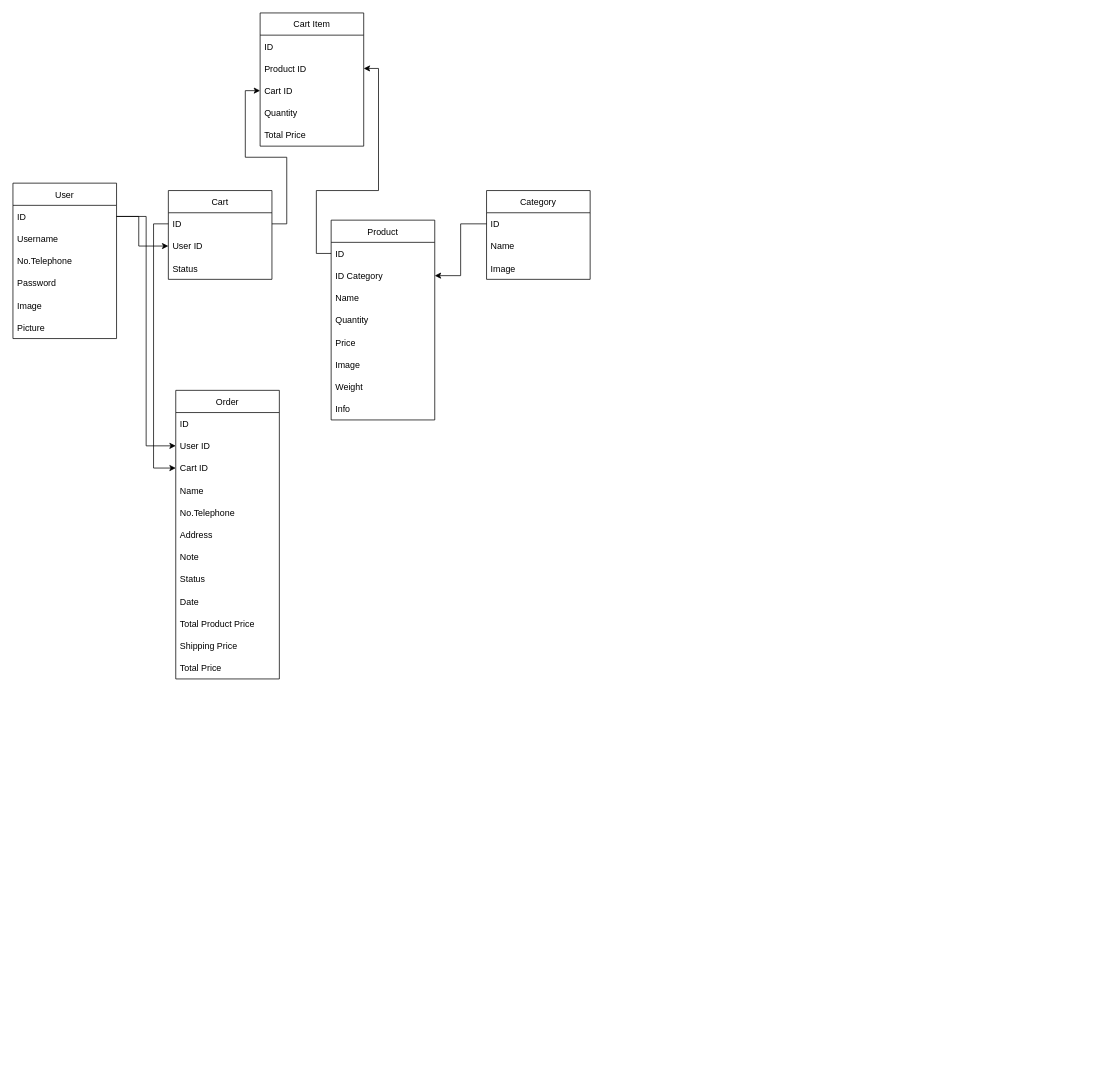
Earlier version of the draw.io diagram erd.drawio (dapurfresh-group2/backend). Source tidied: cells renumbered, new cells numbered last; positions are measured from the earlier drawing's top-left corner, leaving out a move shared by most shapes. Both pictures are drawn from the tidied source at 74%, with x=0, y=0 at pixel (13, 13).
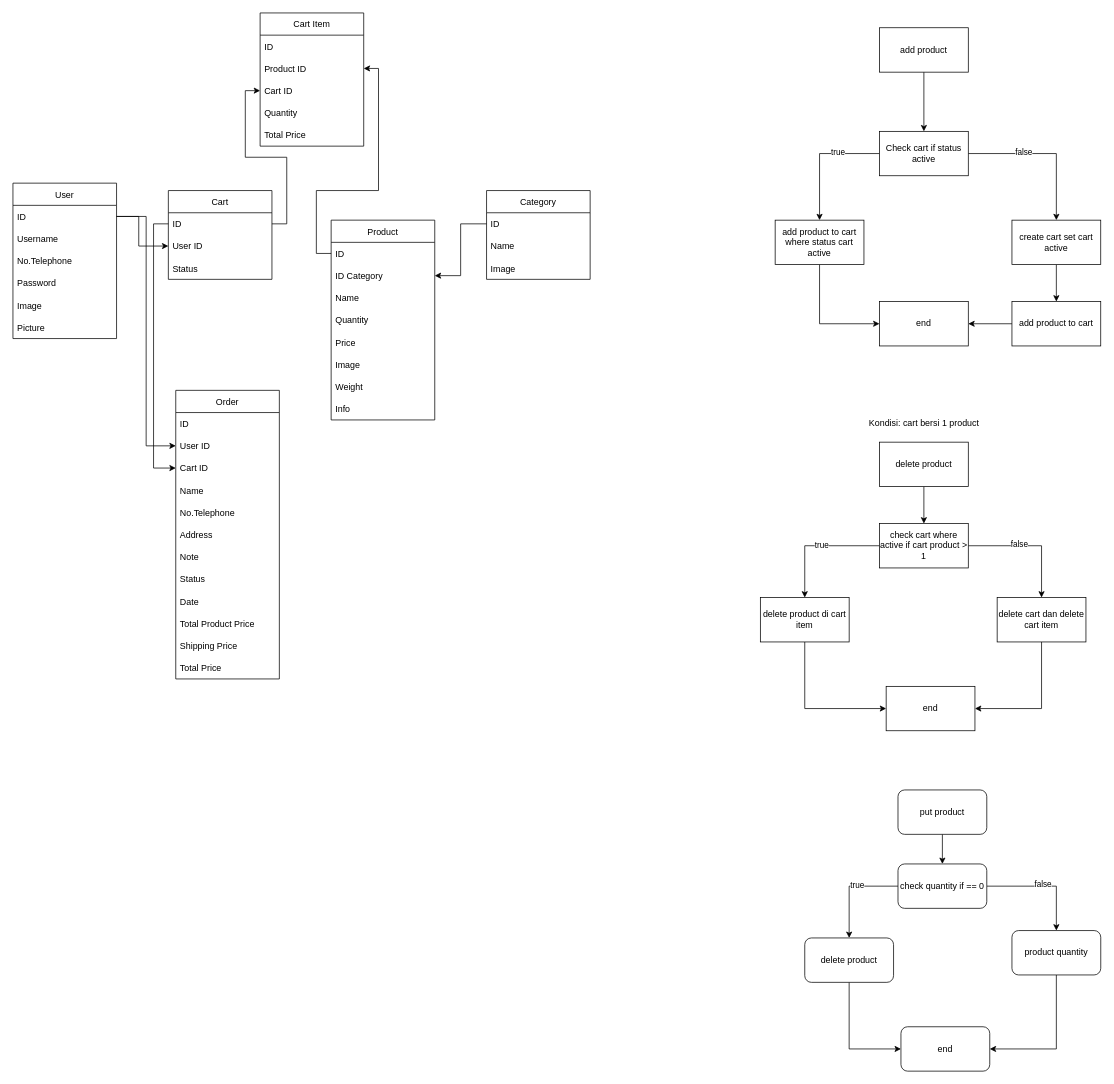
After the change.

The edit, as a diff of the source:
```diff
@@
+    <mxCell id="52" style="edgeStyle=orthogonalEdgeStyle;rounded=0;jettySize=auto;html=1;exitX=0.5;exitY=1;exitDx=0;exitDy=0;entryX=0.5;entryY=0;entryDx=0;entryDy=0;" parent="1" edge="1" source="53" target="58">
+      <mxGeometry relative="1" as="geometry" />
+    </mxCell>
+    <mxCell id="53" value="add product" style="rounded=0;whiteSpace=wrap;html=1;" parent="1" vertex="1">
+      <mxGeometry x="1171" y="20" width="120" height="60" as="geometry" />
+    </mxCell>
+    <mxCell id="54" style="edgeStyle=orthogonalEdgeStyle;rounded=0;jettySize=auto;html=1;exitX=0;exitY=0.5;exitDx=0;exitDy=0;entryX=0.5;entryY=0;entryDx=0;entryDy=0;" parent="1" edge="1" source="58" target="60">
+      <mxGeometry relative="1" as="geometry" />
+    </mxCell>
+    <mxCell id="55" value="true" style="edgeLabel;html=1;align=center;verticalAlign=middle;" parent="54" vertex="1">
+      <mxGeometry x="-0.33" y="-3" relative="1" as="geometry" />
+    </mxCell>
+    <mxCell id="56" style="edgeStyle=orthogonalEdgeStyle;rounded=0;jettySize=auto;html=1;exitX=1;exitY=0.5;exitDx=0;exitDy=0;entryX=0.5;entryY=0;entryDx=0;entryDy=0;" parent="1" edge="1" source="58" target="62">
+      <mxGeometry relative="1" as="geometry" />
+    </mxCell>
+    <mxCell id="57" value="false" style="edgeLabel;html=1;align=center;verticalAlign=middle;" parent="56" vertex="1">
+      <mxGeometry x="-0.3" y="3" relative="1" as="geometry">
+        <mxPoint x="1" as="offset" />
+      </mxGeometry>
+    </mxCell>
+    <mxCell id="58" value="Check cart if status active" style="rounded=0;whiteSpace=wrap;html=1;" parent="1" vertex="1">
+      <mxGeometry x="1171" y="160" width="120" height="60" as="geometry" />
+    </mxCell>
+    <mxCell id="59" style="edgeStyle=orthogonalEdgeStyle;rounded=0;jettySize=auto;html=1;exitX=0.5;exitY=1;exitDx=0;exitDy=0;entryX=0;entryY=0.5;entryDx=0;entryDy=0;" parent="1" edge="1" source="60" target="65">
+      <mxGeometry relative="1" as="geometry" />
+    </mxCell>
+    <mxCell id="60" value="add product to cart where status cart active" style="rounded=0;whiteSpace=wrap;html=1;" parent="1" vertex="1">
+      <mxGeometry x="1030" y="280" width="120" height="60" as="geometry" />
+    </mxCell>
+    <mxCell id="61" style="edgeStyle=orthogonalEdgeStyle;rounded=0;jettySize=auto;html=1;exitX=0.5;exitY=1;exitDx=0;exitDy=0;entryX=0.5;entryY=0;entryDx=0;entryDy=0;" parent="1" edge="1" source="62" target="64">
+      <mxGeometry relative="1" as="geometry" />
+    </mxCell>
+    <mxCell id="62" value="create cart set cart active" style="rounded=0;whiteSpace=wrap;html=1;" parent="1" vertex="1">
+      <mxGeometry x="1350" y="280" width="120" height="60" as="geometry" />
+    </mxCell>
+    <mxCell id="63" style="edgeStyle=orthogonalEdgeStyle;rounded=0;jettySize=auto;html=1;entryX=1;entryY=0.5;entryDx=0;entryDy=0;" parent="1" edge="1" source="64" target="65">
+      <mxGeometry relative="1" as="geometry" />
+    </mxCell>
+    <mxCell id="64" value="add product to cart" style="rounded=0;whiteSpace=wrap;html=1;" parent="1" vertex="1">
+      <mxGeometry x="1350" y="390" width="120" height="60" as="geometry" />
+    </mxCell>
+    <mxCell id="65" value="end" style="rounded=0;whiteSpace=wrap;html=1;" parent="1" vertex="1">
+      <mxGeometry x="1171" y="390" width="120" height="60" as="geometry" />
+    </mxCell>
+    <mxCell id="66" style="edgeStyle=orthogonalEdgeStyle;rounded=0;jettySize=auto;html=1;exitX=0.5;exitY=1;exitDx=0;exitDy=0;entryX=0.5;entryY=0;entryDx=0;entryDy=0;" parent="1" edge="1" source="67" target="72">
+      <mxGeometry relative="1" as="geometry" />
+    </mxCell>
+    <mxCell id="67" value="delete product" style="rounded=0;whiteSpace=wrap;html=1;" parent="1" vertex="1">
+      <mxGeometry x="1171" y="580" width="120" height="60" as="geometry" />
+    </mxCell>
+    <mxCell id="68" style="edgeStyle=orthogonalEdgeStyle;rounded=0;jettySize=auto;html=1;entryX=0.5;entryY=0;entryDx=0;entryDy=0;" parent="1" edge="1" source="72" target="75">
+      <mxGeometry relative="1" as="geometry" />
+    </mxCell>
+    <mxCell id="69" value="true" style="edgeLabel;html=1;align=center;verticalAlign=middle;" parent="68" vertex="1">
+      <mxGeometry x="-0.08" y="-1" relative="1" as="geometry" />
+    </mxCell>
+    <mxCell id="70" style="edgeStyle=orthogonalEdgeStyle;rounded=0;jettySize=auto;html=1;exitX=1;exitY=0.5;exitDx=0;exitDy=0;entryX=0.5;entryY=0;entryDx=0;entryDy=0;" parent="1" edge="1" source="72" target="77">
+      <mxGeometry relative="1" as="geometry" />
+    </mxCell>
+    <mxCell id="71" value="false" style="edgeLabel;html=1;align=center;verticalAlign=middle;" parent="70" vertex="1">
+      <mxGeometry x="-0.19" y="3" relative="1" as="geometry" />
+    </mxCell>
+    <mxCell id="72" value="check cart where active if cart product &amp;gt; 1" style="rounded=0;whiteSpace=wrap;html=1;" parent="1" vertex="1">
+      <mxGeometry x="1171" y="690" width="120" height="60" as="geometry" />
+    </mxCell>
+    <mxCell id="73" value="Kondisi: cart bersi 1 product" style="text;html=1;align=center;verticalAlign=middle;strokeColor=none;fillColor=none;" parent="1" vertex="1">
+      <mxGeometry x="1146" y="540" width="170" height="30" as="geometry" />
+    </mxCell>
+    <mxCell id="74" style="edgeStyle=orthogonalEdgeStyle;rounded=0;jettySize=auto;html=1;entryX=0;entryY=0.5;entryDx=0;entryDy=0;exitX=0.5;exitY=1;exitDx=0;exitDy=0;" parent="1" edge="1" source="75" target="78">
+      <mxGeometry relative="1" as="geometry" />
+    </mxCell>
+    <mxCell id="75" value="delete product di cart item" style="rounded=0;whiteSpace=wrap;html=1;" parent="1" vertex="1">
+      <mxGeometry x="1010" y="790" width="120" height="60" as="geometry" />
+    </mxCell>
+    <mxCell id="76" style="edgeStyle=orthogonalEdgeStyle;rounded=0;jettySize=auto;html=1;exitX=0.5;exitY=1;exitDx=0;exitDy=0;entryX=1;entryY=0.5;entryDx=0;entryDy=0;" parent="1" edge="1" source="77" target="78">
+      <mxGeometry relative="1" as="geometry" />
+    </mxCell>
+    <mxCell id="77" value="delete cart dan delete cart item" style="rounded=0;whiteSpace=wrap;html=1;" parent="1" vertex="1">
+      <mxGeometry x="1330" y="790" width="120" height="60" as="geometry" />
+    </mxCell>
+    <mxCell id="78" value="end" style="rounded=0;whiteSpace=wrap;html=1;" parent="1" vertex="1">
+      <mxGeometry x="1180" y="910" width="120" height="60" as="geometry" />
+    </mxCell>
+    <mxCell id="79" style="edgeStyle=orthogonalEdgeStyle;rounded=0;jettySize=auto;html=1;exitX=0.5;exitY=1;exitDx=0;exitDy=0;entryX=0.5;entryY=0;entryDx=0;entryDy=0;" parent="1" edge="1" source="80" target="85">
+      <mxGeometry relative="1" as="geometry" />
+    </mxCell>
+    <mxCell id="80" value="put product" style="rounded=1;whiteSpace=wrap;html=1;" parent="1" vertex="1">
+      <mxGeometry x="1196" y="1050" width="120" height="60" as="geometry" />
+    </mxCell>
+    <mxCell id="81" style="edgeStyle=orthogonalEdgeStyle;rounded=0;jettySize=auto;html=1;exitX=0;exitY=0.5;exitDx=0;exitDy=0;entryX=0.5;entryY=0;entryDx=0;entryDy=0;" parent="1" edge="1" source="85" target="87">
+      <mxGeometry relative="1" as="geometry" />
+    </mxCell>
+    <mxCell id="82" value="true" style="edgeLabel;html=1;align=center;verticalAlign=middle;" parent="81" vertex="1">
+      <mxGeometry x="-0.17" y="-2" relative="1" as="geometry" />
+    </mxCell>
+    <mxCell id="83" style="edgeStyle=orthogonalEdgeStyle;rounded=0;jettySize=auto;html=1;exitX=1;exitY=0.5;exitDx=0;exitDy=0;entryX=0.5;entryY=0;entryDx=0;entryDy=0;" parent="1" edge="1" source="85" target="89">
+      <mxGeometry relative="1" as="geometry" />
+    </mxCell>
+    <mxCell id="84" value="false" style="edgeLabel;html=1;align=center;verticalAlign=middle;" parent="83" vertex="1">
+      <mxGeometry x="-0.03" y="3" relative="1" as="geometry" />
+    </mxCell>
+    <mxCell id="85" value="check quantity if == 0" style="rounded=1;whiteSpace=wrap;html=1;" parent="1" vertex="1">
+      <mxGeometry x="1196" y="1150" width="120" height="60" as="geometry" />
+    </mxCell>
+    <mxCell id="86" style="edgeStyle=orthogonalEdgeStyle;rounded=0;jettySize=auto;html=1;exitX=0.5;exitY=1;exitDx=0;exitDy=0;entryX=0;entryY=0.5;entryDx=0;entryDy=0;" parent="1" edge="1" source="87" target="90">
+      <mxGeometry relative="1" as="geometry" />
+    </mxCell>
+    <mxCell id="87" value="delete product" style="rounded=1;whiteSpace=wrap;html=1;" parent="1" vertex="1">
+      <mxGeometry x="1070" y="1250" width="120" height="60" as="geometry" />
+    </mxCell>
+    <mxCell id="88" style="edgeStyle=orthogonalEdgeStyle;rounded=0;jettySize=auto;html=1;exitX=0.5;exitY=1;exitDx=0;exitDy=0;entryX=1;entryY=0.5;entryDx=0;entryDy=0;" parent="1" edge="1" source="89" target="90">
+      <mxGeometry relative="1" as="geometry" />
+    </mxCell>
+    <mxCell id="89" value="product quantity" style="rounded=1;whiteSpace=wrap;html=1;" parent="1" vertex="1">
+      <mxGeometry x="1350" y="1240" width="120" height="60" as="geometry" />
+    </mxCell>
+    <mxCell id="90" value="end" style="rounded=1;whiteSpace=wrap;html=1;" parent="1" vertex="1">
+      <mxGeometry x="1200" y="1370" width="120" height="60" as="geometry" />
+    </mxCell>
```
